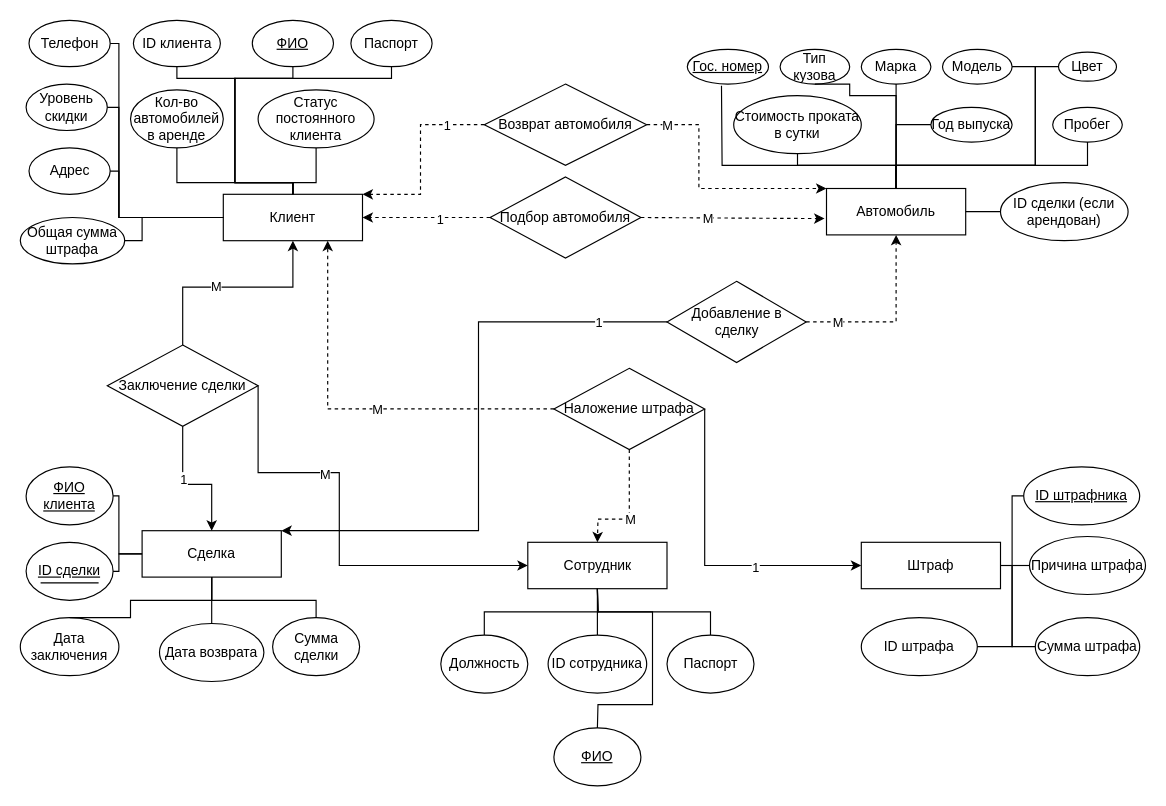
Earlier version of the draw.io diagram car_rent_diagram.drawio (Normantjer/bd_project). Source tidied: cells renumbered, new cells numbered last; positions are measured from the earlier drawing's top-left corner, leaving out a move shared by most shapes. Both pictures are drawn from the tidied source at 116%, with x=0, y=0 at pixel (20, 20).
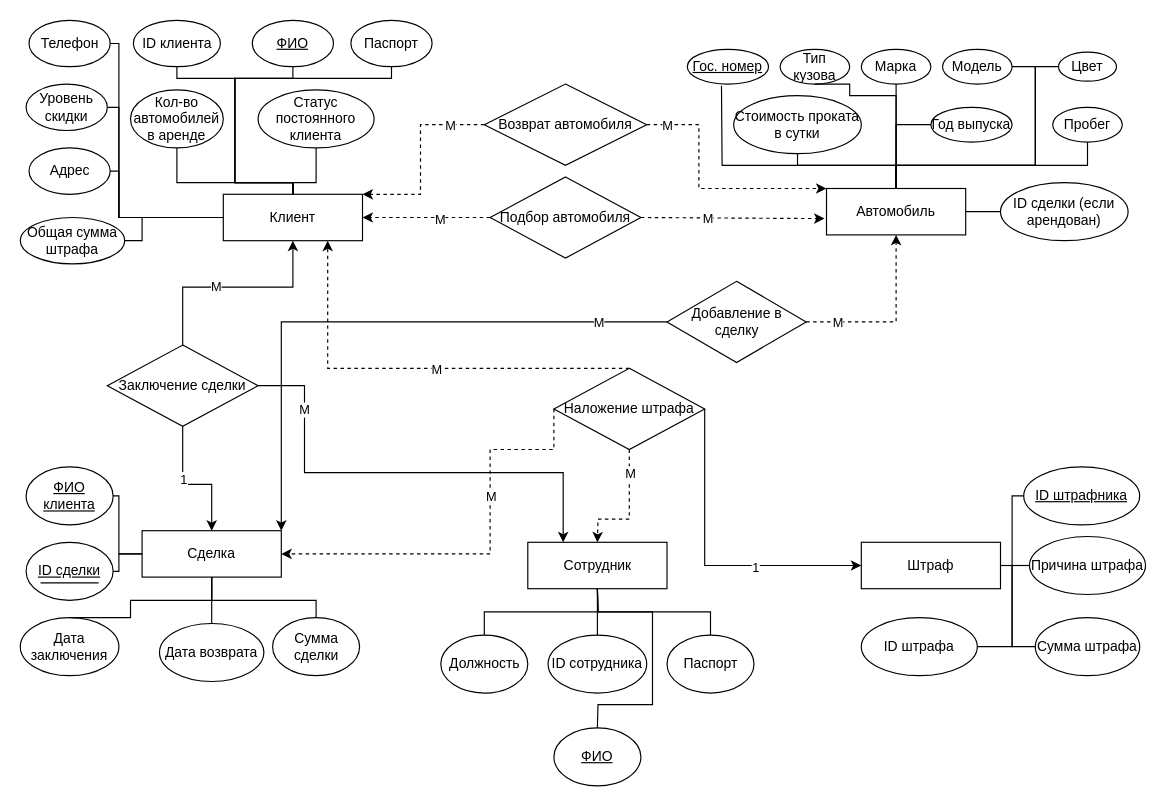
Above is the later version.

Commit message:
Upd car_rent_diagram

The change refers to these unchanged cells:
```xml
<mxCell id="2" value="Клиент" style="rounded=0;whiteSpace=wrap;html=1;" parent="1" vertex="1">
  <mxGeometry x="175" y="150" width="120" height="40" as="geometry" />
</mxCell>
<mxCell id="3" value="Сделка" style="rounded=0;whiteSpace=wrap;html=1;" parent="1" vertex="1">
  <mxGeometry x="105" y="440" width="120" height="40" as="geometry" />
</mxCell>
<mxCell id="48" value="Сотрудник" style="rounded=0;whiteSpace=wrap;html=1;" parent="1" vertex="1">
  <mxGeometry x="437.5" y="450" width="120" height="40" as="geometry" />
</mxCell>
<mxCell id="53" value="Заключение сделки" style="rhombus;whiteSpace=wrap;html=1;" parent="1" vertex="1">
  <mxGeometry x="75" y="280" width="130" height="70" as="geometry" />
</mxCell>
<mxCell id="54" value="Добавление в сделку" style="rhombus;whiteSpace=wrap;html=1;" parent="1" vertex="1">
  <mxGeometry x="557.5" y="225" width="120" height="70" as="geometry" />
</mxCell>
<mxCell id="55" value="Наложение штрафа" style="rhombus;whiteSpace=wrap;html=1;" parent="1" vertex="1">
  <mxGeometry x="460" y="300" width="130" height="70" as="geometry" />
</mxCell>
<mxCell id="87" style="endArrow=classic;html=1;rounded=0;exitX=0.5;exitY=1;exitDx=0;exitDy=0;entryX=0.5;entryY=0;entryDx=0;entryDy=0;dashed=1;" parent="1" edge="1" source="55" target="48">
  <mxGeometry relative="1" as="geometry">
    <Array as="points">
      <mxPoint x="525" y="430" />
      <mxPoint x="498" y="430" />
    </Array>
  </mxGeometry>
</mxCell>
<mxCell id="89" style="endArrow=classic;html=1;rounded=0;exitX=0;exitY=0.5;exitDx=0;exitDy=0;entryX=1;entryY=0;entryDx=0;entryDy=0;dashed=1;" parent="1" edge="1" source="57" target="2">
  <mxGeometry relative="1" as="geometry">
    <Array as="points">
      <mxPoint x="345" y="90" />
      <mxPoint x="345" y="150" />
    </Array>
  </mxGeometry>
</mxCell>
<mxCell id="93" style="endArrow=classic;html=1;rounded=0;entryX=0;entryY=0.5;entryDx=0;entryDy=0;dashed=1;exitX=0;exitY=0.5;exitDx=0;exitDy=0;" parent="1" edge="1" source="56">
  <mxGeometry relative="1" as="geometry">
    <mxPoint x="295" y="170" as="targetPoint" />
    <Array as="points">
      <mxPoint x="345" y="170" />
    </Array>
  </mxGeometry>
</mxCell>
```

The edit, as a diff of the source:
```diff
@@
-    <mxCell id="79" style="endArrow=classic;html=1;rounded=0;exitX=1;exitY=0.5;exitDx=0;exitDy=0;entryX=0;entryY=0.5;entryDx=0;entryDy=0;" parent="1" edge="1" source="53" target="48">
+    <mxCell id="79" style="endArrow=classic;html=1;rounded=0;exitX=1;exitY=0.5;exitDx=0;exitDy=0;" parent="1" edge="1" source="53">
       <mxGeometry relative="1" as="geometry">
+        <mxPoint x="468" y="450" as="targetPoint" />
         <Array as="points">
-          <mxPoint x="205" y="390" />
+          <mxPoint x="245" y="315" />
+          <mxPoint x="245" y="390" />
           <mxPoint x="275" y="390" />
-          <mxPoint x="275" y="470" />
+          <mxPoint x="468" y="390" />
         </Array>
       </mxGeometry>
     </mxCell>
-    <mxCell id="80" value="M" style="edgeLabel;html=1;align=center;verticalAlign=middle;" parent="79" vertex="1">
-      <mxGeometry x="-0.32" y="-1" relative="1" as="geometry" />
+    <mxCell id="80" value="M" style="edgeLabel;html=1;align=center;verticalAlign=middle;rotation=0;" parent="79" vertex="1">
+      <mxGeometry x="-0.32" y="-1" relative="1" as="geometry">
+        <mxPoint x="-21" y="-56" as="offset" />
+      </mxGeometry>
     </mxCell>
@@
-    <mxCell id="83" style="endArrow=classic;html=1;rounded=0;strokeColor=default;dashed=1;exitX=0;exitY=0.5;exitDx=0;exitDy=0;entryX=0.75;entryY=1;entryDx=0;entryDy=0;" parent="1" edge="1" source="55" target="2">
+    <mxCell id="83" style="endArrow=classic;html=1;rounded=0;strokeColor=default;dashed=1;exitX=0.5;exitY=0;exitDx=0;exitDy=0;entryX=0.75;entryY=1;entryDx=0;entryDy=0;" parent="1" edge="1" source="55" target="2">
       <mxGeometry relative="1" as="geometry">
         <Array as="points">
-          <mxPoint x="265" y="335" />
+          <mxPoint x="265" y="300" />
         </Array>
       </mxGeometry>
     </mxCell>
@@
     <mxCell id="88" value="M" style="edgeLabel;html=1;align=center;verticalAlign=middle;" parent="87" vertex="1">
-      <mxGeometry x="0.12" relative="1" as="geometry" />
+      <mxGeometry x="0.12" relative="1" as="geometry">
+        <mxPoint y="-40" as="offset" />
+      </mxGeometry>
     </mxCell>
@@
-    <mxCell id="90" value="1" style="edgeLabel;html=1;align=center;verticalAlign=middle;" parent="89" vertex="1">
-      <mxGeometry x="0.16" y="2" relative="1" as="geometry">
-        <mxPoint x="20" y="-41" as="offset" />
-      </mxGeometry>
-    </mxCell>
+    <mxCell id="99" value="M" style="edgeLabel;html=1;align=center;verticalAlign=middle;" parent="89" vertex="1">
+      <mxGeometry x="-0.64" relative="1" as="geometry" />
+    </mxCell>
@@
-    <mxCell id="94" value="1" style="edgeLabel;html=1;align=center;verticalAlign=middle;" parent="93" vertex="1">
+    <mxCell id="94" value="M" style="edgeLabel;html=1;align=center;verticalAlign=middle;" parent="93" vertex="1">
       <mxGeometry x="-0.2" y="1" relative="1" as="geometry" />
     </mxCell>
@@
     <mxCell id="97" style="endArrow=classic;html=1;rounded=0;exitX=0;exitY=0.5;exitDx=0;exitDy=0;entryX=1;entryY=0;entryDx=0;entryDy=0;" parent="1" edge="1" source="54" target="3">
       <mxGeometry relative="1" as="geometry">
         <Array as="points">
           <mxPoint x="395" y="260" />
-          <mxPoint x="395" y="440" />
+          <mxPoint x="225" y="260" />
         </Array>
       </mxGeometry>
     </mxCell>
-    <mxCell id="98" value="1" style="edgeLabel;html=1;align=center;verticalAlign=middle;" parent="97" vertex="1">
+    <mxCell id="98" value="M" style="edgeLabel;html=1;align=center;verticalAlign=middle;" parent="97" vertex="1">
       <mxGeometry x="-0.79" y="1" relative="1" as="geometry">
         <mxPoint x="-5" y="-1" as="offset" />
       </mxGeometry>
     </mxCell>
+    <mxCell id="100" style="endArrow=classic;html=1;rounded=0;exitX=0;exitY=0.5;exitDx=0;exitDy=0;entryX=1;entryY=0.5;entryDx=0;entryDy=0;dashed=1;" parent="1" edge="1" source="55" target="3">
+      <mxGeometry relative="1" as="geometry">
+        <Array as="points">
+          <mxPoint x="460" y="370" />
+          <mxPoint x="405" y="370" />
+          <mxPoint x="405" y="390" />
+          <mxPoint x="405" y="460" />
+        </Array>
+      </mxGeometry>
+    </mxCell>
+    <mxCell id="101" value="M" style="edgeLabel;html=1;align=center;verticalAlign=middle;" parent="100" vertex="1">
+      <mxGeometry x="-0.9" y="-4" relative="1" as="geometry">
+        <mxPoint x="-51" y="57" as="offset" />
+      </mxGeometry>
+    </mxCell>
```
